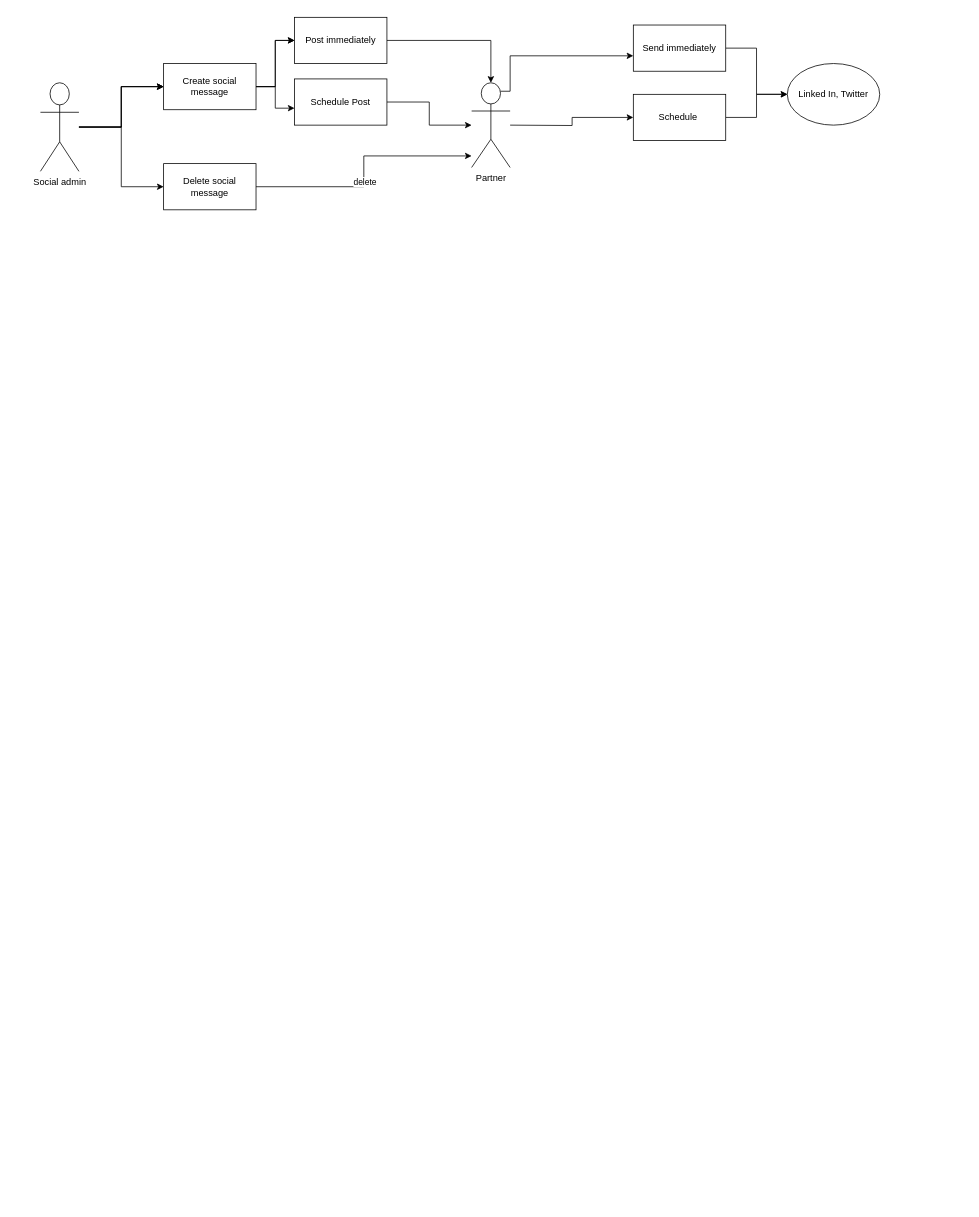
Before: Untitled Diagram.drawio in MyBN/Social-module, a draw.io diagram. Source tidied: cells renumbered, new cells numbered last; positions are measured from the earlier drawing's top-left corner, leaving out a move shared by most shapes. Both pictures are drawn from the tidied source at 77%, with x=0, y=0 at pixel (40, 17).
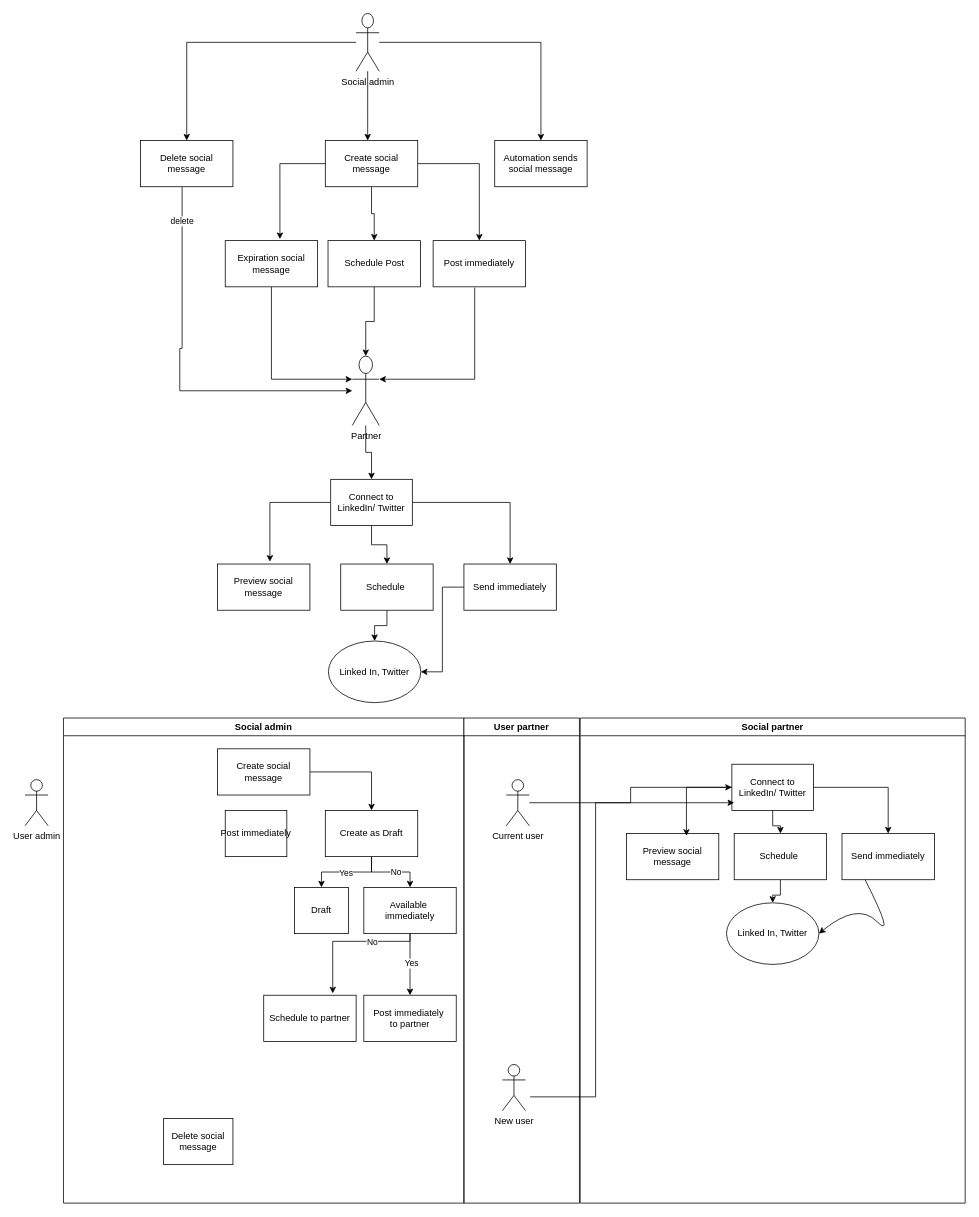
The same diagram, later.

Commit message:
Social flow

The edit, as a diff of the source:
```diff
@@
-    <mxCell id="2" style="edgeStyle=orthogonalEdgeStyle;rounded=0;jettySize=auto;html=1;entryX=0;entryY=0.5;entryDx=0;entryDy=0;" parent="1" edge="1" source="6" target="9">
-      <mxGeometry relative="1" as="geometry" />
-    </mxCell>
-    <mxCell id="3" style="edgeStyle=orthogonalEdgeStyle;rounded=0;jettySize=auto;html=1;" parent="1" edge="1" source="6" target="9">
-      <mxGeometry relative="1" as="geometry" />
-    </mxCell>
-    <mxCell id="4" style="edgeStyle=orthogonalEdgeStyle;rounded=0;jettySize=auto;html=1;" parent="1" edge="1" source="6" target="9">
-      <mxGeometry relative="1" as="geometry" />
-    </mxCell>
-    <mxCell id="5" style="edgeStyle=orthogonalEdgeStyle;rounded=0;jettySize=auto;html=1;entryX=0;entryY=0.5;entryDx=0;entryDy=0;" parent="1" edge="1" source="6" target="25">
+    <mxCell id="5" style="edgeStyle=orthogonalEdgeStyle;rounded=0;jettySize=auto;html=1;entryX=0.5;entryY=0;entryDx=0;entryDy=0;" parent="1" edge="1" source="6" target="25">
       <mxGeometry relative="1" as="geometry" />
     </mxCell>
+    <mxCell id="26" style="edgeStyle=orthogonalEdgeStyle;rounded=0;jettySize=auto;html=1;entryX=0.5;entryY=0;entryDx=0;entryDy=0;" parent="1" edge="1" source="6" target="29">
+      <mxGeometry relative="1" as="geometry" />
+    </mxCell>
     <mxCell id="6" value="Social admin" style="shape=umlActor;verticalLabelPosition=bottom;verticalAlign=top;html=1;outlineConnect=0;" parent="1" vertex="1">
-      <mxGeometry y="85" width="50" height="115" as="geometry" />
+      <mxGeometry x="410" y="-5" width="30" height="75" as="geometry" />
     </mxCell>
-    <mxCell id="7" style="edgeStyle=orthogonalEdgeStyle;rounded=0;jettySize=auto;html=1;" parent="1" edge="1" source="9" target="11">
-      <mxGeometry relative="1" as="geometry" />
-    </mxCell>
-    <mxCell id="8" style="edgeStyle=orthogonalEdgeStyle;rounded=0;jettySize=auto;html=1;" parent="1" edge="1" source="9" target="11">
-      <mxGeometry relative="1" as="geometry" />
-    </mxCell>
+    <mxCell id="14" style="edgeStyle=orthogonalEdgeStyle;rounded=0;jettySize=auto;html=1;entryX=0.5;entryY=0;entryDx=0;entryDy=0;" parent="1" edge="1" source="9" target="13">
+      <mxGeometry relative="1" as="geometry" />
+    </mxCell>
+    <mxCell id="27" style="edgeStyle=orthogonalEdgeStyle;rounded=0;jettySize=auto;html=1;entryX=0.5;entryY=0;entryDx=0;entryDy=0;" parent="1" edge="1" source="9" target="11">
+      <mxGeometry relative="1" as="geometry" />
+    </mxCell>
     <mxCell id="9" value="Create social message" style="rounded=0;whiteSpace=wrap;html=1;" parent="1" vertex="1">
-      <mxGeometry x="160" y="60" width="120" height="60" as="geometry" />
+      <mxGeometry x="370" y="160" width="120" height="60" as="geometry" />
     </mxCell>
-    <mxCell id="10" style="edgeStyle=orthogonalEdgeStyle;rounded=0;jettySize=auto;html=1;" parent="1" edge="1" source="11" target="17">
-      <mxGeometry relative="1" as="geometry" />
-    </mxCell>
     <mxCell id="11" value="Post&amp;nbsp;immediately" style="rounded=0;whiteSpace=wrap;html=1;" parent="1" vertex="1">
-      <mxGeometry x="330" width="120" height="60" as="geometry" />
+      <mxGeometry x="510" y="290" width="120" height="60" as="geometry" />
     </mxCell>
-    <mxCell id="12" style="edgeStyle=orthogonalEdgeStyle;rounded=0;jettySize=auto;html=1;" parent="1" edge="1" source="13" target="17">
+    <mxCell id="12" style="edgeStyle=orthogonalEdgeStyle;rounded=0;jettySize=auto;html=1;entryX=0.5;entryY=0;entryDx=0;entryDy=0;entryPerimeter=0;" parent="1" edge="1" source="13" target="17">
       <mxGeometry relative="1" as="geometry" />
     </mxCell>
     <mxCell id="13" value="Schedule Post" style="rounded=0;whiteSpace=wrap;html=1;" parent="1" vertex="1">
-      <mxGeometry x="330" y="80" width="120" height="60" as="geometry" />
+      <mxGeometry x="373.5" y="290" width="120" height="60" as="geometry" />
     </mxCell>
-    <mxCell id="14" style="edgeStyle=orthogonalEdgeStyle;rounded=0;jettySize=auto;html=1;entryX=0;entryY=0.633;entryDx=0;entryDy=0;entryPerimeter=0;" parent="1" edge="1" source="9" target="13">
-      <mxGeometry relative="1" as="geometry" />
-    </mxCell>
-    <mxCell id="15" style="edgeStyle=orthogonalEdgeStyle;rounded=0;jettySize=auto;html=1;exitX=0.75;exitY=0.1;exitDx=0;exitDy=0;exitPerimeter=0;" parent="1" edge="1" source="17" target="20">
-      <mxGeometry relative="1" as="geometry">
-        <Array as="points">
-          <mxPoint x="610" y="96" />
-          <mxPoint x="610" y="50" />
-        </Array>
-      </mxGeometry>
-    </mxCell>
-    <mxCell id="16" style="edgeStyle=orthogonalEdgeStyle;rounded=0;jettySize=auto;html=1;" parent="1" edge="1" target="22">
-      <mxGeometry relative="1" as="geometry">
-        <mxPoint x="610" y="140" as="sourcePoint" />
-      </mxGeometry>
-    </mxCell>
+    <mxCell id="28" style="edgeStyle=orthogonalEdgeStyle;rounded=0;jettySize=auto;html=1;entryX=0.5;entryY=0;entryDx=0;entryDy=0;" parent="1" edge="1" source="17" target="33">
+      <mxGeometry relative="1" as="geometry" />
+    </mxCell>
     <mxCell id="17" value="Partner" style="shape=umlActor;verticalLabelPosition=bottom;verticalAlign=top;html=1;outlineConnect=0;" parent="1" vertex="1">
-      <mxGeometry x="560" y="85" width="50" height="110" as="geometry" />
+      <mxGeometry x="405" y="440" width="35" height="90" as="geometry" />
     </mxCell>
     <mxCell id="18" value="Linked In, Twitter" style="ellipse;whiteSpace=wrap;html=1;" parent="1" vertex="1">
-      <mxGeometry x="970" y="60" width="120" height="80" as="geometry" />
+      <mxGeometry x="374" y="810" width="120" height="80" as="geometry" />
     </mxCell>
-    <mxCell id="19" style="edgeStyle=orthogonalEdgeStyle;rounded=0;jettySize=auto;html=1;" parent="1" edge="1" source="20" target="18">
+    <mxCell id="19" style="edgeStyle=orthogonalEdgeStyle;rounded=0;jettySize=auto;html=1;entryX=1;entryY=0.5;entryDx=0;entryDy=0;" parent="1" edge="1" source="20" target="18">
       <mxGeometry relative="1" as="geometry" />
     </mxCell>
     <mxCell id="20" value="Send&amp;nbsp;immediately" style="whiteSpace=wrap;html=1;verticalAlign=middle;align=center;" parent="1" vertex="1">
-      <mxGeometry x="770" y="10" width="120" height="60" as="geometry" />
+      <mxGeometry x="550" y="710" width="120" height="60" as="geometry" />
     </mxCell>
@@
     <mxCell id="22" value="Schedule&amp;nbsp;" style="whiteSpace=wrap;html=1;verticalAlign=middle;" parent="1" vertex="1">
-      <mxGeometry x="770" y="100" width="120" height="60" as="geometry" />
+      <mxGeometry x="390" y="710" width="120" height="60" as="geometry" />
     </mxCell>
-    <mxCell id="23" style="edgeStyle=orthogonalEdgeStyle;rounded=0;jettySize=auto;html=1;" parent="1" edge="1" source="25" target="17">
+    <mxCell id="23" style="edgeStyle=orthogonalEdgeStyle;rounded=0;jettySize=auto;html=1;exitX=0.45;exitY=1;exitDx=0;exitDy=0;exitPerimeter=0;" parent="1" edge="1" source="25" target="17">
       <mxGeometry relative="1" as="geometry">
         <Array as="points">
-          <mxPoint x="420" y="220" />
-          <mxPoint x="420" y="180" />
+          <mxPoint x="184" y="430" />
+          <mxPoint x="181" y="430" />
+          <mxPoint x="181" y="485" />
         </Array>
       </mxGeometry>
     </mxCell>
-    <mxCell id="24" value="delete&amp;nbsp;" style="edgeLabel;html=1;align=center;verticalAlign=middle;" parent="23" vertex="1">
-      <mxGeometry x="-0.08" y="-2" relative="1" as="geometry" />
+    <mxCell id="24" value="delete" style="edgeLabel;html=1;align=center;verticalAlign=middle;" parent="23" vertex="1">
+      <mxGeometry x="-0.82" y="-1" relative="1" as="geometry" />
     </mxCell>
     <mxCell id="25" value="Delete social message" style="rounded=0;whiteSpace=wrap;html=1;" parent="1" vertex="1">
-      <mxGeometry x="160" y="190" width="120" height="60" as="geometry" />
+      <mxGeometry x="130" y="160" width="120" height="60" as="geometry" />
     </mxCell>
+    <mxCell id="29" value="Automation sends social message" style="rounded=0;whiteSpace=wrap;html=1;" parent="1" vertex="1">
+      <mxGeometry x="590" y="160" width="120" height="60" as="geometry" />
+    </mxCell>
+    <mxCell id="30" style="edgeStyle=orthogonalEdgeStyle;rounded=0;jettySize=auto;html=1;" parent="1" edge="1" source="33" target="22">
+      <mxGeometry relative="1" as="geometry" />
+    </mxCell>
+    <mxCell id="31" style="edgeStyle=orthogonalEdgeStyle;rounded=0;jettySize=auto;html=1;entryX=0.5;entryY=0;entryDx=0;entryDy=0;" parent="1" edge="1" source="33" target="20">
+      <mxGeometry relative="1" as="geometry" />
+    </mxCell>
+    <mxCell id="32" style="edgeStyle=orthogonalEdgeStyle;rounded=0;jettySize=auto;html=1;entryX=0.567;entryY=-0.05;entryDx=0;entryDy=0;entryPerimeter=0;" parent="1" edge="1" source="33" target="34">
+      <mxGeometry relative="1" as="geometry" />
+    </mxCell>
+    <mxCell id="33" value="Connect to LinkedIn/ Twitter" style="whiteSpace=wrap;html=1;verticalAlign=middle;" parent="1" vertex="1">
+      <mxGeometry x="377" y="600" width="106" height="60" as="geometry" />
+    </mxCell>
+    <mxCell id="34" value="Preview social message" style="whiteSpace=wrap;html=1;verticalAlign=middle;" parent="1" vertex="1">
+      <mxGeometry x="230" y="710" width="120" height="60" as="geometry" />
+    </mxCell>
+    <mxCell id="35" style="edgeStyle=orthogonalEdgeStyle;rounded=0;jettySize=auto;html=1;exitX=0.5;exitY=1;exitDx=0;exitDy=0;entryX=0;entryY=0.3333333333333333;entryDx=0;entryDy=0;entryPerimeter=0;" parent="1" edge="1" source="36" target="17">
+      <mxGeometry relative="1" as="geometry" />
+    </mxCell>
+    <mxCell id="36" value="Expiration social message" style="rounded=0;whiteSpace=wrap;html=1;" parent="1" vertex="1">
+      <mxGeometry x="240" y="290" width="120" height="60" as="geometry" />
+    </mxCell>
+    <mxCell id="37" style="edgeStyle=orthogonalEdgeStyle;rounded=0;jettySize=auto;html=1;" parent="1" edge="1" source="6">
+      <mxGeometry relative="1" as="geometry">
+        <mxPoint x="425" y="160" as="targetPoint" />
+      </mxGeometry>
+    </mxCell>
+    <mxCell id="38" style="edgeStyle=orthogonalEdgeStyle;rounded=0;jettySize=auto;html=1;entryX=0.592;entryY=-0.033;entryDx=0;entryDy=0;entryPerimeter=0;" parent="1" edge="1" source="9" target="36">
+      <mxGeometry relative="1" as="geometry" />
+    </mxCell>
+    <mxCell id="10" style="edgeStyle=orthogonalEdgeStyle;rounded=0;jettySize=auto;html=1;entryX=1;entryY=0.3333333333333333;entryDx=0;entryDy=0;entryPerimeter=0;exitX=0.45;exitY=1.017;exitDx=0;exitDy=0;exitPerimeter=0;" parent="1" edge="1" source="11" target="17">
+      <mxGeometry relative="1" as="geometry" />
+    </mxCell>
+    <mxCell id="39" value="Social admin" style="swimlane;whiteSpace=wrap;html=1;" parent="1" vertex="1">
+      <mxGeometry x="30" y="910" width="520" height="630" as="geometry" />
+    </mxCell>
+    <mxCell id="40" value="Delete social message" style="rounded=0;whiteSpace=wrap;html=1;" parent="39" vertex="1">
+      <mxGeometry x="130" y="520" width="90" height="60" as="geometry" />
+    </mxCell>
+    <mxCell id="41" style="edgeStyle=orthogonalEdgeStyle;rounded=0;jettySize=auto;html=1;" parent="39" edge="1" source="42" target="47">
+      <mxGeometry relative="1" as="geometry" />
+    </mxCell>
+    <mxCell id="42" value="Create social message" style="rounded=0;whiteSpace=wrap;html=1;" parent="39" vertex="1">
+      <mxGeometry x="200" y="40" width="120" height="60" as="geometry" />
+    </mxCell>
+    <mxCell id="43" style="edgeStyle=orthogonalEdgeStyle;rounded=0;jettySize=auto;html=1;" parent="39" edge="1" source="47" target="48">
+      <mxGeometry relative="1" as="geometry" />
+    </mxCell>
+    <mxCell id="44" value="Yes" style="edgeLabel;html=1;align=center;verticalAlign=middle;" parent="43" vertex="1">
+      <mxGeometry x="0.02" y="1" relative="1" as="geometry" />
+    </mxCell>
+    <mxCell id="45" style="edgeStyle=orthogonalEdgeStyle;rounded=0;jettySize=auto;html=1;entryX=0.5;entryY=0;entryDx=0;entryDy=0;" parent="39" edge="1" source="47" target="51">
+      <mxGeometry relative="1" as="geometry" />
+    </mxCell>
+    <mxCell id="46" value="No" style="edgeLabel;html=1;align=center;verticalAlign=middle;" parent="45" vertex="1">
+      <mxGeometry x="0.14" relative="1" as="geometry" />
+    </mxCell>
+    <mxCell id="47" value="Create as Draft" style="rounded=0;whiteSpace=wrap;html=1;" parent="39" vertex="1">
+      <mxGeometry x="340" y="120" width="120" height="60" as="geometry" />
+    </mxCell>
+    <mxCell id="48" value="Draft" style="rounded=0;whiteSpace=wrap;html=1;" parent="39" vertex="1">
+      <mxGeometry x="300" y="220" width="70" height="60" as="geometry" />
+    </mxCell>
+    <mxCell id="49" style="edgeStyle=orthogonalEdgeStyle;rounded=0;jettySize=auto;html=1;" parent="39" edge="1" source="51" target="53">
+      <mxGeometry relative="1" as="geometry" />
+    </mxCell>
+    <mxCell id="50" value="Yes" style="edgeLabel;html=1;align=center;verticalAlign=middle;" parent="49" vertex="1">
+      <mxGeometry x="-0.06" y="1" relative="1" as="geometry" />
+    </mxCell>
+    <mxCell id="51" value="Available&amp;nbsp;&lt;div&gt;immediately&lt;/div&gt;" style="rounded=0;whiteSpace=wrap;html=1;" parent="39" vertex="1">
+      <mxGeometry x="390" y="220" width="120" height="60" as="geometry" />
+    </mxCell>
+    <mxCell id="52" value="Post&amp;nbsp;immediately" style="rounded=0;whiteSpace=wrap;html=1;" parent="39" vertex="1">
+      <mxGeometry x="210" y="120" width="80" height="60" as="geometry" />
+    </mxCell>
+    <mxCell id="53" value="Post immediately&amp;nbsp;&lt;div&gt;to partner&lt;/div&gt;" style="whiteSpace=wrap;html=1;rounded=0;" parent="39" vertex="1">
+      <mxGeometry x="390" y="360" width="120" height="60" as="geometry" />
+    </mxCell>
+    <mxCell id="54" value="Schedule to partner" style="whiteSpace=wrap;html=1;rounded=0;" parent="39" vertex="1">
+      <mxGeometry x="260" y="360" width="120" height="60" as="geometry" />
+    </mxCell>
+    <mxCell id="55" style="edgeStyle=orthogonalEdgeStyle;rounded=0;jettySize=auto;html=1;entryX=0.747;entryY=-0.04;entryDx=0;entryDy=0;entryPerimeter=0;" parent="39" edge="1" source="51" target="54">
+      <mxGeometry relative="1" as="geometry">
+        <Array as="points">
+          <mxPoint x="450" y="290" />
+          <mxPoint x="350" y="290" />
+        </Array>
+      </mxGeometry>
+    </mxCell>
+    <mxCell id="56" value="No" style="edgeLabel;html=1;align=center;verticalAlign=middle;" parent="55" vertex="1">
+      <mxGeometry x="-0.33" relative="1" as="geometry" />
+    </mxCell>
+    <mxCell id="57" value="User partner" style="swimlane;whiteSpace=wrap;html=1;startSize=23;" parent="1" vertex="1">
+      <mxGeometry x="550" y="910" width="150" height="630" as="geometry" />
+    </mxCell>
+    <mxCell id="58" value="Current user" style="shape=umlActor;verticalLabelPosition=bottom;verticalAlign=top;html=1;outlineConnect=0;" parent="57" vertex="1">
+      <mxGeometry x="55" y="80" width="30" height="60" as="geometry" />
+    </mxCell>
+    <mxCell id="59" value="New user" style="shape=umlActor;verticalLabelPosition=bottom;verticalAlign=top;html=1;" parent="57" vertex="1">
+      <mxGeometry x="50" y="450" width="30" height="60" as="geometry" />
+    </mxCell>
+    <mxCell id="60" value="User admin" style="shape=umlActor;verticalLabelPosition=bottom;verticalAlign=top;html=1;" parent="1" vertex="1">
+      <mxGeometry x="-20" y="990" width="30" height="60" as="geometry" />
+    </mxCell>
+    <mxCell id="61" value="Social partner" style="swimlane;whiteSpace=wrap;html=1;startSize=23;" parent="1" vertex="1">
+      <mxGeometry x="701" y="910" width="500" height="630" as="geometry" />
+    </mxCell>
+    <mxCell id="62" style="edgeStyle=orthogonalEdgeStyle;rounded=0;jettySize=auto;html=1;" parent="61" edge="1" source="64" target="67">
+      <mxGeometry relative="1" as="geometry" />
+    </mxCell>
+    <mxCell id="63" style="edgeStyle=orthogonalEdgeStyle;rounded=0;jettySize=auto;html=1;entryX=0.5;entryY=0;entryDx=0;entryDy=0;" parent="61" edge="1" source="64" target="68">
+      <mxGeometry relative="1" as="geometry" />
+    </mxCell>
+    <mxCell id="64" value="Connect to LinkedIn/ Twitter" style="whiteSpace=wrap;html=1;verticalAlign=middle;" parent="61" vertex="1">
+      <mxGeometry x="197" y="60" width="106" height="60" as="geometry" />
+    </mxCell>
+    <mxCell id="65" value="Preview social message" style="whiteSpace=wrap;html=1;verticalAlign=middle;" parent="61" vertex="1">
+      <mxGeometry x="60" y="150" width="120" height="60" as="geometry" />
+    </mxCell>
+    <mxCell id="66" style="edgeStyle=orthogonalEdgeStyle;rounded=0;jettySize=auto;html=1;" parent="61" edge="1" source="67" target="71">
+      <mxGeometry relative="1" as="geometry" />
+    </mxCell>
+    <mxCell id="67" value="Schedule&amp;nbsp;" style="whiteSpace=wrap;html=1;verticalAlign=middle;" parent="61" vertex="1">
+      <mxGeometry x="200" y="150" width="120" height="60" as="geometry" />
+    </mxCell>
+    <mxCell id="68" value="Send&amp;nbsp;immediately" style="whiteSpace=wrap;html=1;verticalAlign=middle;align=center;" parent="61" vertex="1">
+      <mxGeometry x="340" y="150" width="120" height="60" as="geometry" />
+    </mxCell>
+    <mxCell id="69" style="edgeStyle=orthogonalEdgeStyle;rounded=0;orthogonalLoop=1;jettySize=auto;html=1;entryX=-0.019;entryY=0.633;entryDx=0;entryDy=0;entryPerimeter=0;" parent="61" edge="1">
+      <mxGeometry relative="1" as="geometry">
+        <mxPoint x="-65" y="492" as="sourcePoint" />
+        <mxPoint x="200" y="110" as="targetPoint" />
+        <Array as="points">
+          <mxPoint x="20" y="492" />
+          <mxPoint x="20" y="110" />
+        </Array>
+      </mxGeometry>
+    </mxCell>
+    <mxCell id="70" style="edgeStyle=orthogonalEdgeStyle;rounded=0;jettySize=auto;html=1;entryX=0.65;entryY=0.05;entryDx=0;entryDy=0;entryPerimeter=0;" parent="61" edge="1" source="64" target="65">
+      <mxGeometry relative="1" as="geometry" />
+    </mxCell>
+    <mxCell id="71" value="Linked In, Twitter" style="ellipse;whiteSpace=wrap;html=1;" parent="61" vertex="1">
+      <mxGeometry x="190" y="240" width="120" height="80" as="geometry" />
+    </mxCell>
+    <mxCell id="72" style="curved=1;endArrow=classic;html=1;rounded=0;exitX=0.25;exitY=1;exitDx=0;exitDy=0;" parent="61" edge="1" source="68">
+      <mxGeometry relative="1" as="geometry">
+        <mxPoint x="310" y="280" as="targetPoint" />
+        <Array as="points">
+          <mxPoint x="410" y="289" />
+          <mxPoint x="360" y="239" />
+        </Array>
+      </mxGeometry>
+    </mxCell>
+    <mxCell id="73" style="edgeStyle=orthogonalEdgeStyle;rounded=0;jettySize=auto;html=1;entryX=0;entryY=0.5;entryDx=0;entryDy=0;" parent="1" edge="1" source="58" target="64">
+      <mxGeometry relative="1" as="geometry" />
+    </mxCell>
```
